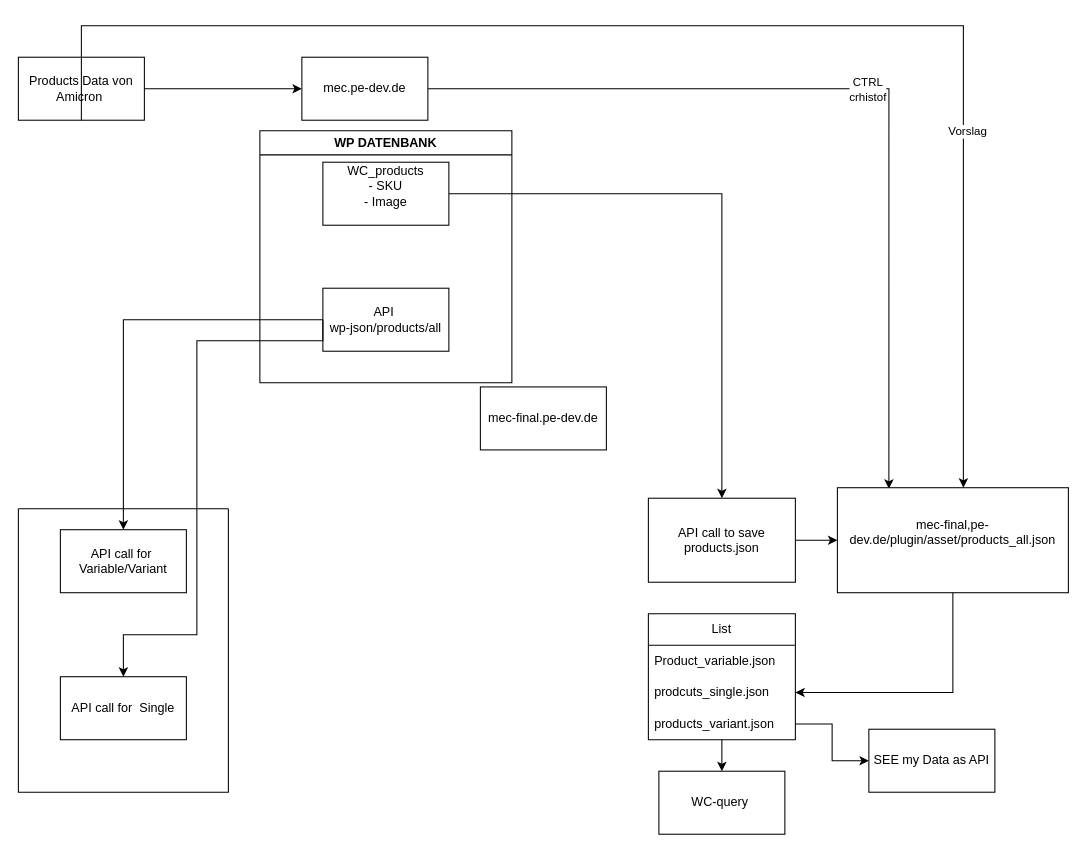
Earlier version of the draw.io diagram assets/Untitled Diagram.drawio (pondo-1/MEC__CreateProducts). Source tidied: cells renumbered, new cells numbered last; positions are measured from the earlier drawing's top-left corner, leaving out a move shared by most shapes. Both pictures are drawn from the tidied source at 105%, with x=0, y=0 at pixel (18, 25).
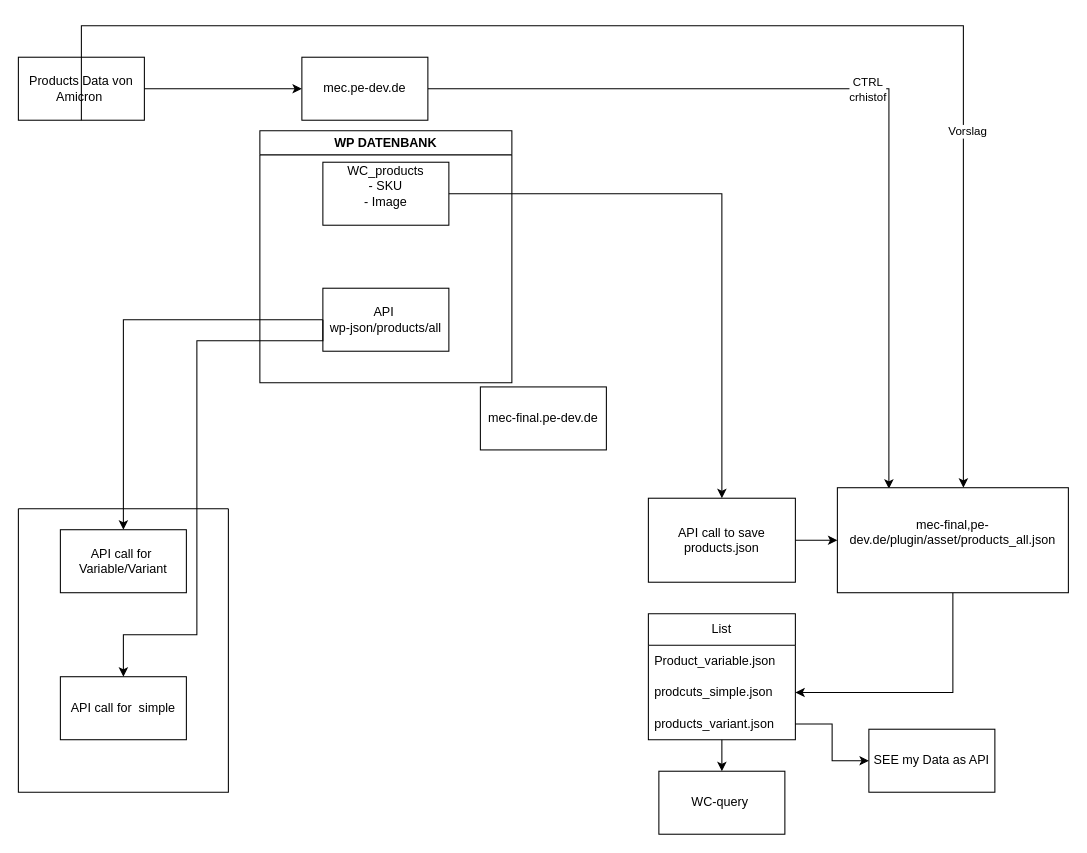
Above is the later version.

The change refers to these unchanged cells:
```xml
<mxCell id="14" style="swimlane;startSize=0;" parent="1" vertex="1">
  <mxGeometry y="460" width="200" height="270" as="geometry" />
</mxCell>
<mxCell id="23" value="List" style="swimlane;fontStyle=0;horizontal=1;startSize=30;whiteSpace=wrap;html=1;" parent="1" vertex="1">
  <mxGeometry x="600" y="560" width="140" height="120" as="geometry" />
</mxCell>
```

Diff of the diagram source:
```diff
@@
-    <mxCell id="16" value="API call for&amp;nbsp; Single" style="rounded=0;whiteSpace=wrap;html=1;" parent="14" vertex="1">
+    <mxCell id="16" value="API call for&amp;nbsp; simple" style="rounded=0;whiteSpace=wrap;html=1;" parent="14" vertex="1">
       <mxGeometry x="40" y="160" width="120" height="60" as="geometry" />
     </mxCell>
@@
-    <mxCell id="25" value="prodcuts_single.json" style="text;strokeColor=none;fillColor=none;align=left;verticalAlign=middle;spacingLeft=4;spacingRight=4;overflow=hidden;points=[[0,0.5],[1,0.5]];portConstraint=eastwest;whiteSpace=wrap;html=1;" parent="23" vertex="1">
+    <mxCell id="25" value="prodcuts_simple.json" style="text;strokeColor=none;fillColor=none;align=left;verticalAlign=middle;spacingLeft=4;spacingRight=4;overflow=hidden;points=[[0,0.5],[1,0.5]];portConstraint=eastwest;whiteSpace=wrap;html=1;" parent="23" vertex="1">
       <mxGeometry y="60" width="140" height="30" as="geometry" />
     </mxCell>
```
